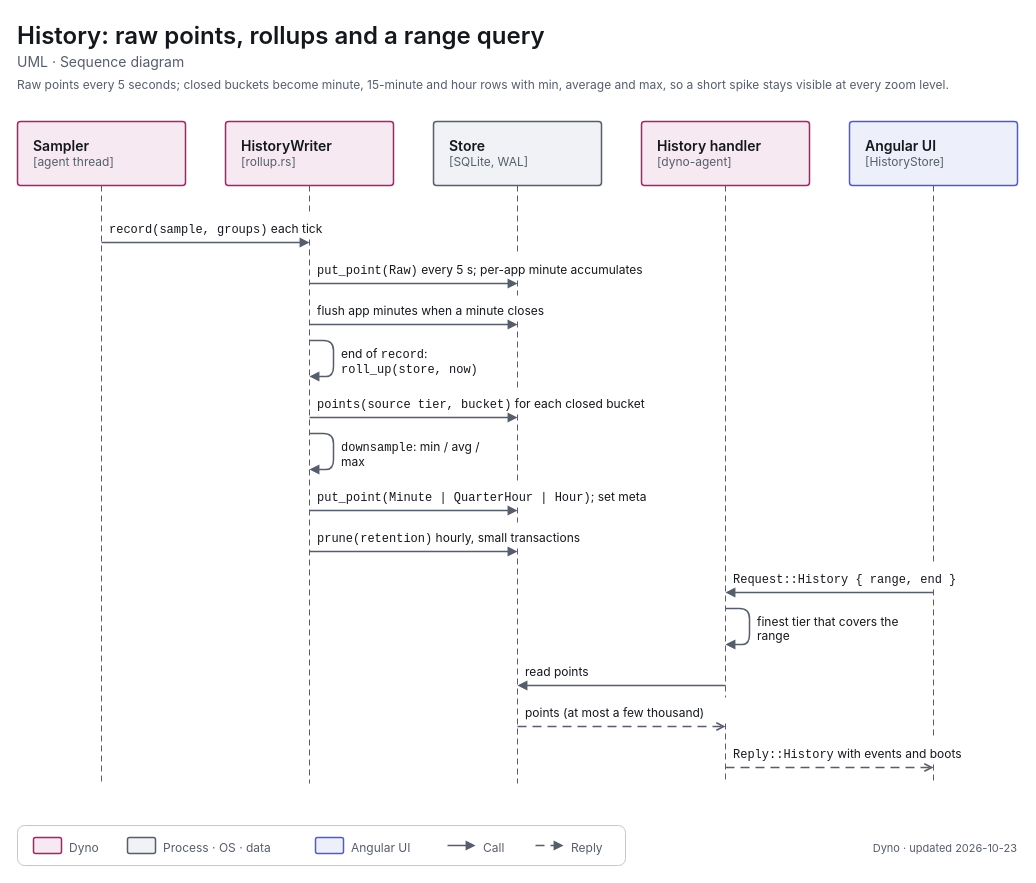
The draw.io diagram apps/dyno/diagrams/uml-seq-history-rollup.drawio in decryp7/paddock, before the edit. Source tidied: cells renumbered, new cells numbered last; positions are measured from the earlier drawing's top-left corner, leaving out a move shared by most shapes. Both pictures are drawn from the tidied source at 100%, with x=0, y=0 at pixel (17, 17).
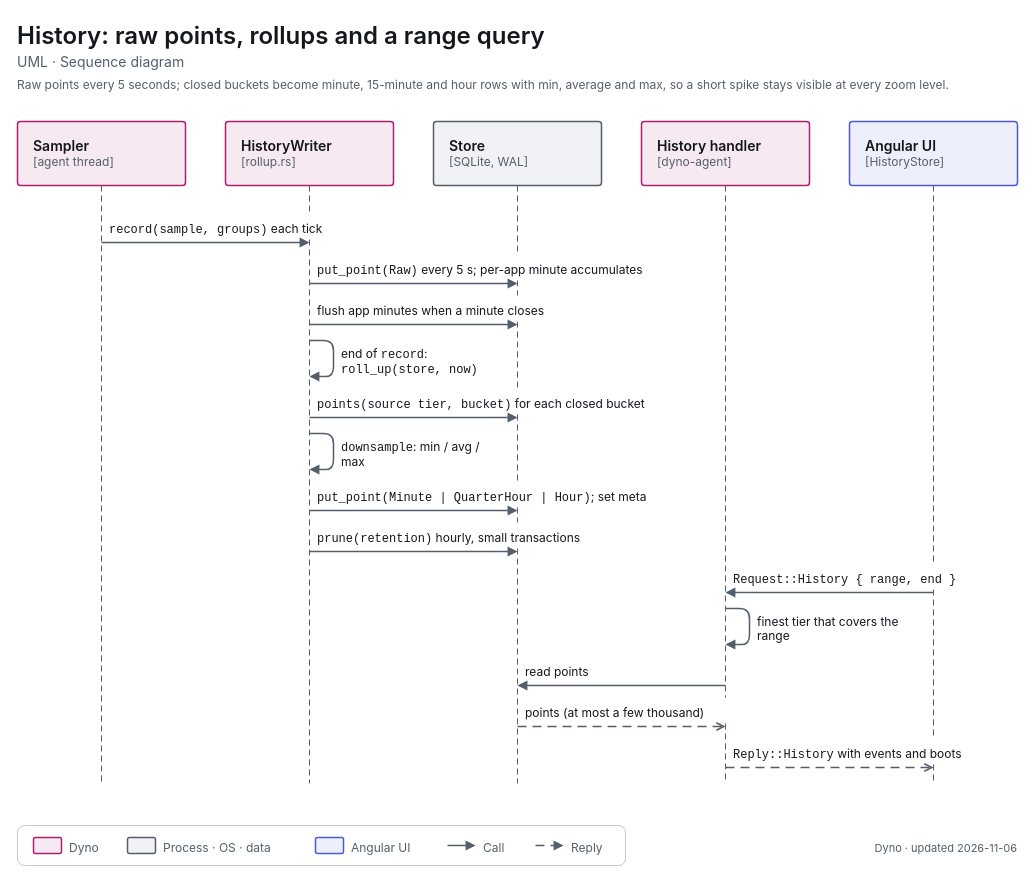
The same page after the edit.

What changed in the source:
```diff
@@
-    <mxCell id="61" value="&lt;span style=&quot;font-size:11px;font-weight:400&quot;&gt;Dyno · updated 2026-10-23&lt;/span&gt;" style="html=1;whiteSpace=wrap;fontFamily=-apple-system,BlinkMacSystemFont,Segoe UI,system-ui,sans-serif;fontSize=12;fontColor=light-dark(#14171C,#ECEEF1);text;strokeColor=none;fillColor=none;align=right;verticalAlign=top;spacing=0;fontColor=light-dark(#565E6B,#A0A7B2);" parent="1" vertex="1">
+    <mxCell id="61" value="&lt;span style=&quot;font-size:11px;font-weight:400&quot;&gt;Dyno · updated 2026-11-06&lt;/span&gt;" style="html=1;whiteSpace=wrap;fontFamily=-apple-system,BlinkMacSystemFont,Segoe UI,system-ui,sans-serif;fontSize=12;fontColor=light-dark(#14171C,#ECEEF1);text;strokeColor=none;fillColor=none;align=right;verticalAlign=top;spacing=0;fontColor=light-dark(#565E6B,#A0A7B2);" parent="1" vertex="1">
       <mxGeometry x="640" y="819" width="360" height="18" as="geometry" />
     </mxCell>
```
